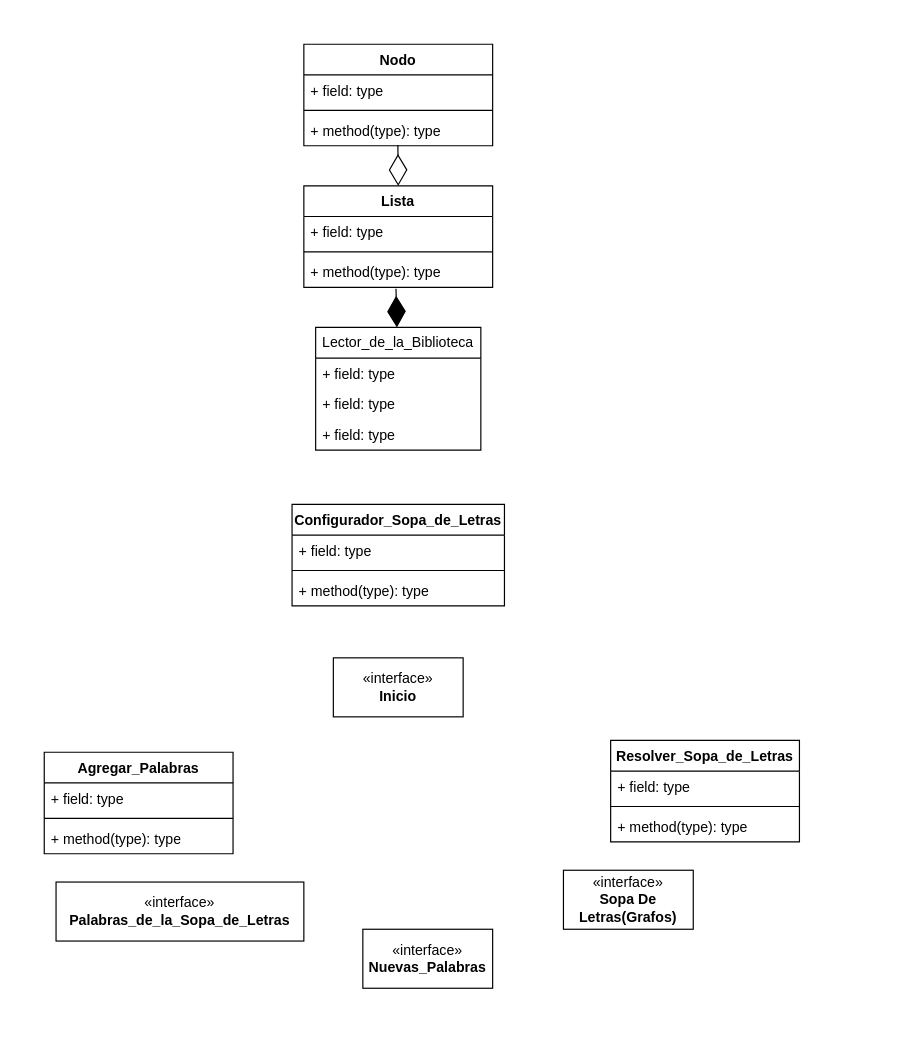
Diegoafkx/sopa-de-letras keeps this draw.io diagram as sopa_de_letras.drawio. Above is the earlier version. Source tidied: cells renumbered, new cells numbered last; positions are measured from the earlier drawing's top-left corner, leaving out a move shared by most shapes. Both pictures are drawn from the tidied source at 118%, with x=0, y=0 at pixel (44, 44).
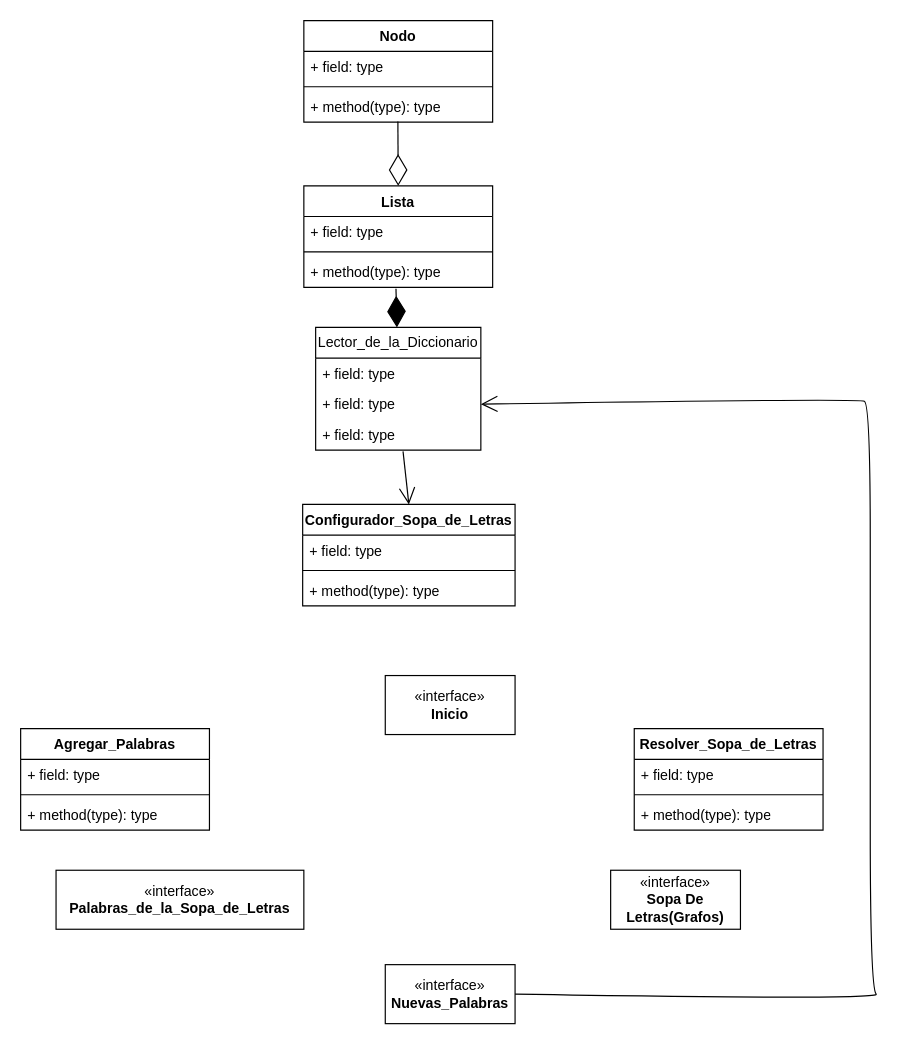
Above is the later version.

The change refers to these unchanged cells:
```xml
<mxCell id="12" value="+ field: type" style="text;strokeColor=none;fillColor=none;align=left;verticalAlign=top;spacingLeft=4;spacingRight=4;overflow=hidden;points=[[0,0.5],[1,0.5]];portConstraint=eastwest;whiteSpace=wrap;html=1;" parent="10" vertex="1">
  <mxGeometry y="52" width="140" height="26" as="geometry" />
</mxCell>
<mxCell id="13" value="+ field: type" style="text;strokeColor=none;fillColor=none;align=left;verticalAlign=top;spacingLeft=4;spacingRight=4;overflow=hidden;points=[[0,0.5],[1,0.5]];portConstraint=eastwest;whiteSpace=wrap;html=1;" parent="10" vertex="1">
  <mxGeometry y="78" width="140" height="26" as="geometry" />
</mxCell>
```

What changed in the source:
```diff
@@
     <mxCell id="2" value="Nodo" style="swimlane;fontStyle=1;align=center;verticalAlign=top;horizontal=1;startSize=26;whiteSpace=wrap;html=1;" parent="1" vertex="1">
-      <mxGeometry x="220" width="160" height="86" as="geometry" />
+      <mxGeometry x="220" y="-20" width="160" height="86" as="geometry" />
     </mxCell>
@@
-    <mxCell id="10" value="Lector_de_la_Biblioteca" style="swimlane;fontStyle=0;horizontal=1;startSize=26;fillColor=none;whiteSpace=wrap;html=1;" parent="1" vertex="1">
+    <mxCell id="10" value="Lector_de_la_Diccionario" style="swimlane;fontStyle=0;horizontal=1;startSize=26;fillColor=none;whiteSpace=wrap;html=1;" parent="1" vertex="1">
       <mxGeometry x="230" y="240" width="140" height="104" as="geometry" />
     </mxCell>
@@
     <mxCell id="14" value="Configurador_Sopa_de_Letras" style="swimlane;fontStyle=1;align=center;verticalAlign=top;horizontal=1;startSize=26;whiteSpace=wrap;html=1;" parent="1" vertex="1">
-      <mxGeometry x="210" y="390" width="180" height="86" as="geometry" />
+      <mxGeometry x="219" y="390" width="180" height="86" as="geometry" />
     </mxCell>
@@
     <mxCell id="18" value="Resolver_Sopa_de_Letras" style="swimlane;fontStyle=1;align=center;verticalAlign=top;horizontal=1;startSize=26;whiteSpace=wrap;html=1;" parent="1" vertex="1">
-      <mxGeometry x="480" y="590" width="160" height="86" as="geometry" />
+      <mxGeometry x="500" y="580" width="160" height="86" as="geometry" />
     </mxCell>
@@
     <mxCell id="22" value="Agregar_Palabras" style="swimlane;fontStyle=1;align=center;verticalAlign=top;horizontal=1;startSize=26;whiteSpace=wrap;html=1;" parent="1" vertex="1">
-      <mxGeometry y="600" width="160" height="86" as="geometry" />
+      <mxGeometry x="-20" y="580" width="160" height="86" as="geometry" />
     </mxCell>
@@
     <mxCell id="26" value="«interface»&lt;br&gt;&lt;b&gt;Inicio&lt;/b&gt;" style="html=1;whiteSpace=wrap;" parent="1" vertex="1">
-      <mxGeometry x="245" y="520" width="110" height="50" as="geometry" />
+      <mxGeometry x="289" y="535" width="110" height="50" as="geometry" />
     </mxCell>
     <mxCell id="27" value="«interface»&lt;br&gt;&lt;b&gt;Sopa De Letras(Grafos)&lt;/b&gt;" style="html=1;whiteSpace=wrap;" parent="1" vertex="1">
-      <mxGeometry x="440" y="700" width="110" height="50" as="geometry" />
+      <mxGeometry x="480" y="700" width="110" height="50" as="geometry" />
     </mxCell>
     <mxCell id="28" value="«interface»&lt;br&gt;&lt;b&gt;Nuevas_Palabras&lt;/b&gt;" style="html=1;whiteSpace=wrap;" parent="1" vertex="1">
-      <mxGeometry x="270" y="750" width="110" height="50" as="geometry" />
+      <mxGeometry x="289" y="780" width="110" height="50" as="geometry" />
     </mxCell>
     <mxCell id="29" value="«interface»&lt;br&gt;&lt;b&gt;Palabras_de_la_Sopa_de_Letras&lt;/b&gt;" style="html=1;whiteSpace=wrap;" parent="1" vertex="1">
-      <mxGeometry x="10" y="710" width="210" height="50" as="geometry" />
+      <mxGeometry x="10" y="700" width="210" height="50" as="geometry" />
     </mxCell>
@@
+    <mxCell id="32" style="endArrow=open;endFill=1;endSize=12;html=1;rounded=0;fontSize=12;curved=1;exitX=1;exitY=0.5;exitDx=0;exitDy=0;entryX=1;entryY=0.5;entryDx=0;entryDy=0;" parent="1" edge="1" source="28" target="12">
+      <mxGeometry relative="1" as="geometry">
+        <Array as="points">
+          <mxPoint x="710" y="810" />
+          <mxPoint x="700" y="800" />
+          <mxPoint x="700" y="530" />
+          <mxPoint x="700" y="305" />
+          <mxPoint x="690" y="300" />
+        </Array>
+      </mxGeometry>
+    </mxCell>
+    <mxCell id="33" style="endArrow=open;endFill=1;endSize=12;html=1;rounded=0;fontSize=12;curved=1;exitX=0.529;exitY=1.038;exitDx=0;exitDy=0;exitPerimeter=0;entryX=0.5;entryY=0;entryDx=0;entryDy=0;" parent="1" edge="1" source="13" target="14">
+      <mxGeometry relative="1" as="geometry" />
+    </mxCell>
```
